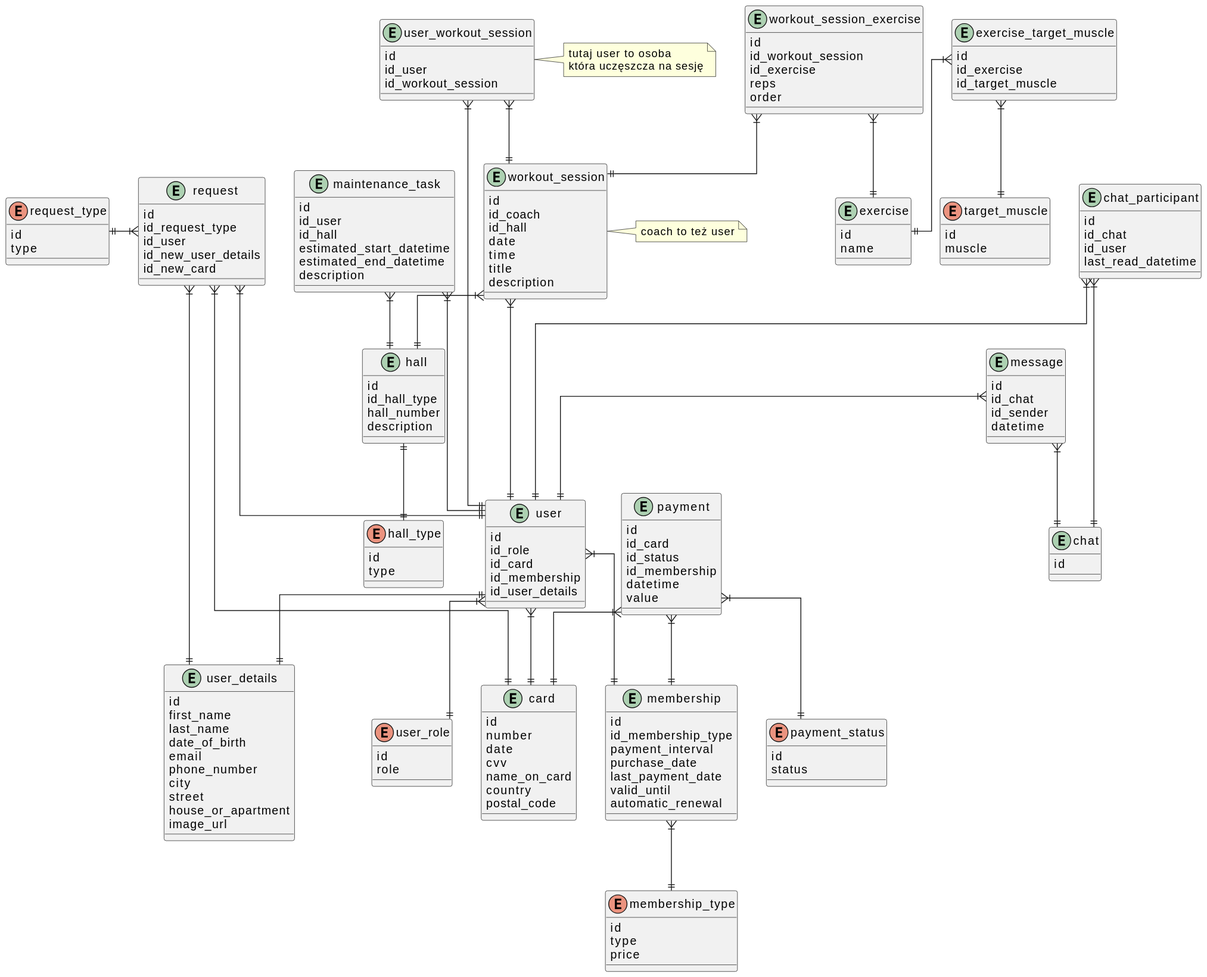
Before: docs/model.svg, a diagram exported from PlantUML (rafal11ck/gym-api).
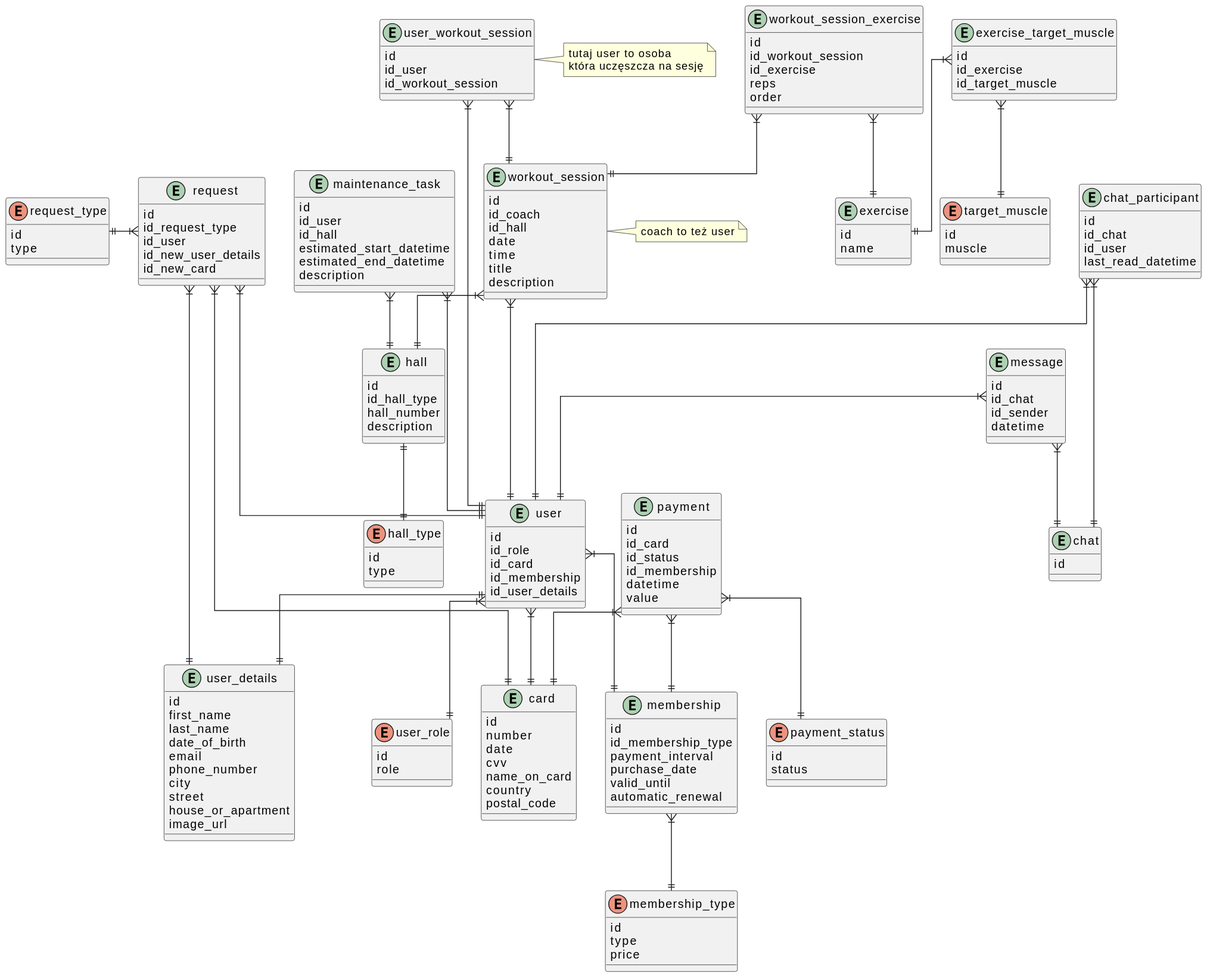
Later version of the same file.

Diff of the diagram source:
```diff
@@ -31,7 +31,6 @@
     id_membership_type
     payment_interval
     purchase_date
-    last_payment_date
     valid_until
     automatic_renewal
 }
```
